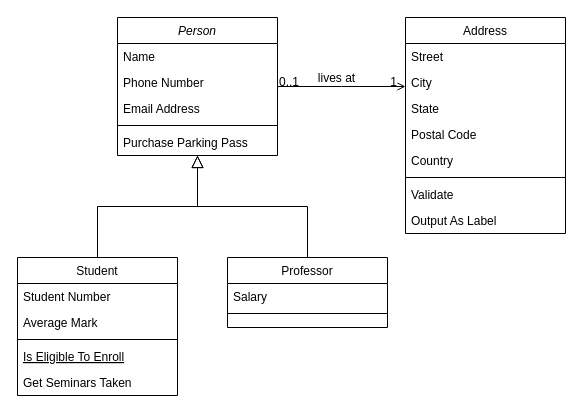
Above: Untitled Diagram.drawio in bnvd26/4PROJ (draw.io), before the change. Source tidied: cells renumbered, new cells numbered last; positions are measured from the earlier drawing's top-left corner, leaving out a move shared by most shapes. Both pictures are drawn from the tidied source at 100%, with x=0, y=0 at pixel (17, 17).
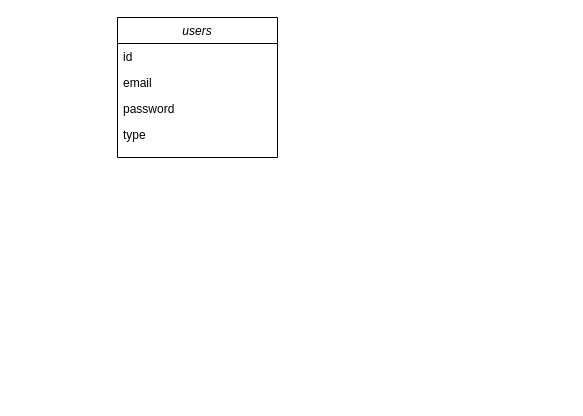
Above is the later version.

The edit, as a diff of the source:
```diff
@@
-    <mxCell id="2" value="Person" style="swimlane;fontStyle=2;align=center;verticalAlign=top;horizontal=1;startSize=26;rounded=0;shadow=0;strokeWidth=1;" parent="1" vertex="1">
-      <mxGeometry x="100" width="160" height="138" as="geometry" />
+    <mxCell id="2" value="users" style="swimlane;fontStyle=2;align=center;verticalAlign=top;horizontal=1;startSize=26;rounded=0;shadow=0;strokeWidth=1;" parent="1" vertex="1">
+      <mxGeometry x="100" width="160" height="140" as="geometry" />
     </mxCell>
-    <mxCell id="3" value="Name" style="text;align=left;verticalAlign=top;spacingLeft=4;spacingRight=4;overflow=hidden;" parent="2" vertex="1">
+    <mxCell id="3" value="id" style="text;align=left;verticalAlign=top;spacingLeft=4;spacingRight=4;overflow=hidden;" parent="2" vertex="1">
       <mxGeometry y="26" width="160" height="26" as="geometry" />
     </mxCell>
-    <mxCell id="4" value="Phone Number" style="text;align=left;verticalAlign=top;spacingLeft=4;spacingRight=4;overflow=hidden;rounded=0;shadow=0;html=0;" parent="2" vertex="1">
+    <mxCell id="4" value="email" style="text;align=left;verticalAlign=top;spacingLeft=4;spacingRight=4;overflow=hidden;rounded=0;shadow=0;html=0;" parent="2" vertex="1">
       <mxGeometry y="52" width="160" height="26" as="geometry" />
     </mxCell>
-    <mxCell id="5" value="Email Address" style="text;align=left;verticalAlign=top;spacingLeft=4;spacingRight=4;overflow=hidden;rounded=0;shadow=0;html=0;" parent="2" vertex="1">
+    <mxCell id="5" value="password" style="text;align=left;verticalAlign=top;spacingLeft=4;spacingRight=4;overflow=hidden;rounded=0;shadow=0;html=0;" parent="2" vertex="1">
       <mxGeometry y="78" width="160" height="26" as="geometry" />
     </mxCell>
-    <mxCell id="6" style="line;html=1;strokeWidth=1;align=left;verticalAlign=middle;spacingTop=-1;spacingLeft=3;spacingRight=3;labelPosition=right;" parent="2" vertex="1">
-      <mxGeometry y="104" width="160" height="8" as="geometry" />
-    </mxCell>
-    <mxCell id="7" value="Purchase Parking Pass" style="text;align=left;verticalAlign=top;spacingLeft=4;spacingRight=4;overflow=hidden;" parent="2" vertex="1">
-      <mxGeometry y="112" width="160" height="26" as="geometry" />
-    </mxCell>
-    <mxCell id="8" value="Student" style="swimlane;fontStyle=0;align=center;verticalAlign=top;horizontal=1;startSize=26;rounded=0;shadow=0;strokeWidth=1;" parent="1" vertex="1">
-      <mxGeometry y="240" width="160" height="138" as="geometry" />
-    </mxCell>
-    <mxCell id="9" value="Student Number" style="text;align=left;verticalAlign=top;spacingLeft=4;spacingRight=4;overflow=hidden;" parent="8" vertex="1">
-      <mxGeometry y="26" width="160" height="26" as="geometry" />
-    </mxCell>
-    <mxCell id="10" value="Average Mark" style="text;align=left;verticalAlign=top;spacingLeft=4;spacingRight=4;overflow=hidden;rounded=0;shadow=0;html=0;" parent="8" vertex="1">
-      <mxGeometry y="52" width="160" height="26" as="geometry" />
-    </mxCell>
-    <mxCell id="11" style="line;html=1;strokeWidth=1;align=left;verticalAlign=middle;spacingTop=-1;spacingLeft=3;spacingRight=3;labelPosition=right;" parent="8" vertex="1">
-      <mxGeometry y="78" width="160" height="8" as="geometry" />
-    </mxCell>
-    <mxCell id="12" value="Is Eligible To Enroll" style="text;align=left;verticalAlign=top;spacingLeft=4;spacingRight=4;overflow=hidden;fontStyle=4;" parent="8" vertex="1">
-      <mxGeometry y="86" width="160" height="26" as="geometry" />
-    </mxCell>
-    <mxCell id="13" value="Get Seminars Taken" style="text;align=left;verticalAlign=top;spacingLeft=4;spacingRight=4;overflow=hidden;" parent="8" vertex="1">
-      <mxGeometry y="112" width="160" height="26" as="geometry" />
-    </mxCell>
-    <mxCell id="14" style="endArrow=block;endSize=10;endFill=0;shadow=0;strokeWidth=1;rounded=0;edgeStyle=elbowEdgeStyle;elbow=vertical;" parent="1" edge="1" source="8" target="2">
-      <mxGeometry relative="1" as="geometry" />
-    </mxCell>
-    <mxCell id="15" value="Professor" style="swimlane;fontStyle=0;align=center;verticalAlign=top;horizontal=1;startSize=26;rounded=0;shadow=0;strokeWidth=1;" parent="1" vertex="1">
-      <mxGeometry x="210" y="240" width="160" height="70" as="geometry" />
-    </mxCell>
-    <mxCell id="16" value="Salary" style="text;align=left;verticalAlign=top;spacingLeft=4;spacingRight=4;overflow=hidden;" parent="15" vertex="1">
-      <mxGeometry y="26" width="160" height="26" as="geometry" />
-    </mxCell>
-    <mxCell id="17" style="line;html=1;strokeWidth=1;align=left;verticalAlign=middle;spacingTop=-1;spacingLeft=3;spacingRight=3;labelPosition=right;" parent="15" vertex="1">
-      <mxGeometry y="52" width="160" height="8" as="geometry" />
-    </mxCell>
-    <mxCell id="18" style="endArrow=block;endSize=10;endFill=0;shadow=0;strokeWidth=1;rounded=0;edgeStyle=elbowEdgeStyle;elbow=vertical;" parent="1" edge="1" source="15" target="2">
-      <mxGeometry relative="1" as="geometry" />
-    </mxCell>
-    <mxCell id="19" value="Address" style="swimlane;fontStyle=0;align=center;verticalAlign=top;horizontal=1;startSize=26;rounded=0;shadow=0;strokeWidth=1;" parent="1" vertex="1">
-      <mxGeometry x="388" width="160" height="216" as="geometry" />
-    </mxCell>
-    <mxCell id="20" value="Street" style="text;align=left;verticalAlign=top;spacingLeft=4;spacingRight=4;overflow=hidden;" parent="19" vertex="1">
-      <mxGeometry y="26" width="160" height="26" as="geometry" />
-    </mxCell>
-    <mxCell id="21" value="City" style="text;align=left;verticalAlign=top;spacingLeft=4;spacingRight=4;overflow=hidden;rounded=0;shadow=0;html=0;" parent="19" vertex="1">
-      <mxGeometry y="52" width="160" height="26" as="geometry" />
-    </mxCell>
-    <mxCell id="22" value="State" style="text;align=left;verticalAlign=top;spacingLeft=4;spacingRight=4;overflow=hidden;rounded=0;shadow=0;html=0;" parent="19" vertex="1">
-      <mxGeometry y="78" width="160" height="26" as="geometry" />
-    </mxCell>
-    <mxCell id="23" value="Postal Code" style="text;align=left;verticalAlign=top;spacingLeft=4;spacingRight=4;overflow=hidden;rounded=0;shadow=0;html=0;" parent="19" vertex="1">
-      <mxGeometry y="104" width="160" height="26" as="geometry" />
-    </mxCell>
-    <mxCell id="24" value="Country" style="text;align=left;verticalAlign=top;spacingLeft=4;spacingRight=4;overflow=hidden;rounded=0;shadow=0;html=0;" parent="19" vertex="1">
-      <mxGeometry y="130" width="160" height="26" as="geometry" />
-    </mxCell>
-    <mxCell id="25" style="line;html=1;strokeWidth=1;align=left;verticalAlign=middle;spacingTop=-1;spacingLeft=3;spacingRight=3;labelPosition=right;" parent="19" vertex="1">
-      <mxGeometry y="156" width="160" height="8" as="geometry" />
-    </mxCell>
-    <mxCell id="26" value="Validate" style="text;align=left;verticalAlign=top;spacingLeft=4;spacingRight=4;overflow=hidden;" parent="19" vertex="1">
-      <mxGeometry y="164" width="160" height="26" as="geometry" />
-    </mxCell>
-    <mxCell id="27" value="Output As Label" style="text;align=left;verticalAlign=top;spacingLeft=4;spacingRight=4;overflow=hidden;" parent="19" vertex="1">
-      <mxGeometry y="190" width="160" height="26" as="geometry" />
-    </mxCell>
-    <mxCell id="28" style="endArrow=open;shadow=0;strokeWidth=1;rounded=0;endFill=1;edgeStyle=elbowEdgeStyle;elbow=vertical;" parent="1" edge="1" source="2" target="19">
-      <mxGeometry x="0.5" y="41" relative="1" as="geometry">
-        <mxPoint x="-40" y="32" as="offset" />
-      </mxGeometry>
-    </mxCell>
-    <mxCell id="29" value="0..1" style="align=left;verticalAlign=bottom;labelBackgroundColor=none;fontSize=12;" parent="28" vertex="1">
-      <mxGeometry x="-1" relative="1" as="geometry">
-        <mxPoint y="4" as="offset" />
-      </mxGeometry>
-    </mxCell>
-    <mxCell id="30" value="1" style="align=right;verticalAlign=bottom;labelBackgroundColor=none;fontSize=12;" parent="28" vertex="1">
-      <mxGeometry x="1" relative="1" as="geometry">
-        <mxPoint x="-7" y="4" as="offset" />
-      </mxGeometry>
-    </mxCell>
-    <mxCell id="31" value="lives at" style="text;html=1;align=center;verticalAlign=middle;labelBackgroundColor=none;rounded=0;shadow=0;strokeWidth=1;fontSize=12;" parent="28" vertex="1">
-      <mxGeometry x="0.5" y="49" relative="1" as="geometry">
-        <mxPoint x="-38" y="40" as="offset" />
-      </mxGeometry>
-    </mxCell>
+    <mxCell id="32" value="type" style="text;align=left;verticalAlign=top;spacingLeft=4;spacingRight=4;overflow=hidden;rounded=0;shadow=0;html=0;" parent="2" vertex="1">
+      <mxGeometry y="104" width="160" height="26" as="geometry" />
+    </mxCell>
```
